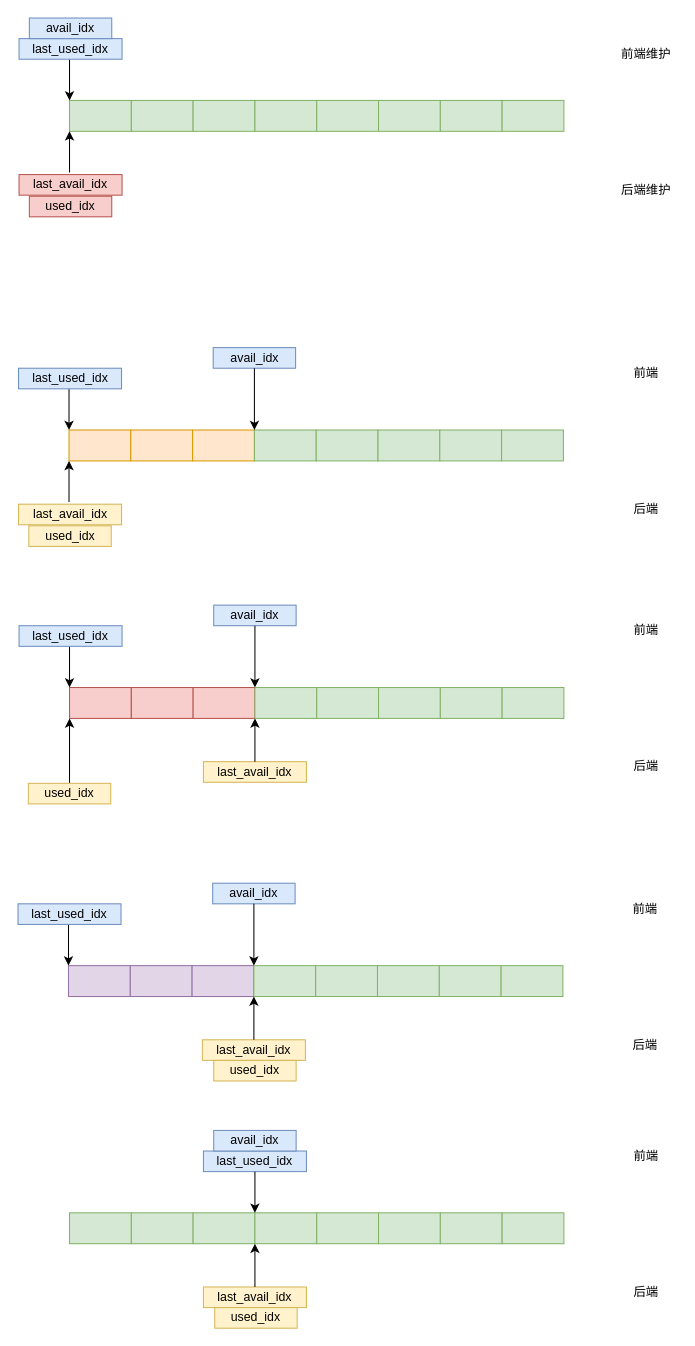
Aspiresky/draw.io keeps this draw.io diagram as virtio.drawio. Above is the earlier version. Source tidied: cells renumbered, new cells numbered last; positions are measured from the earlier drawing's top-left corner, leaving out a move shared by most shapes. Both pictures are drawn from the tidied source at 103%, with x=0, y=0 at pixel (18, 18).
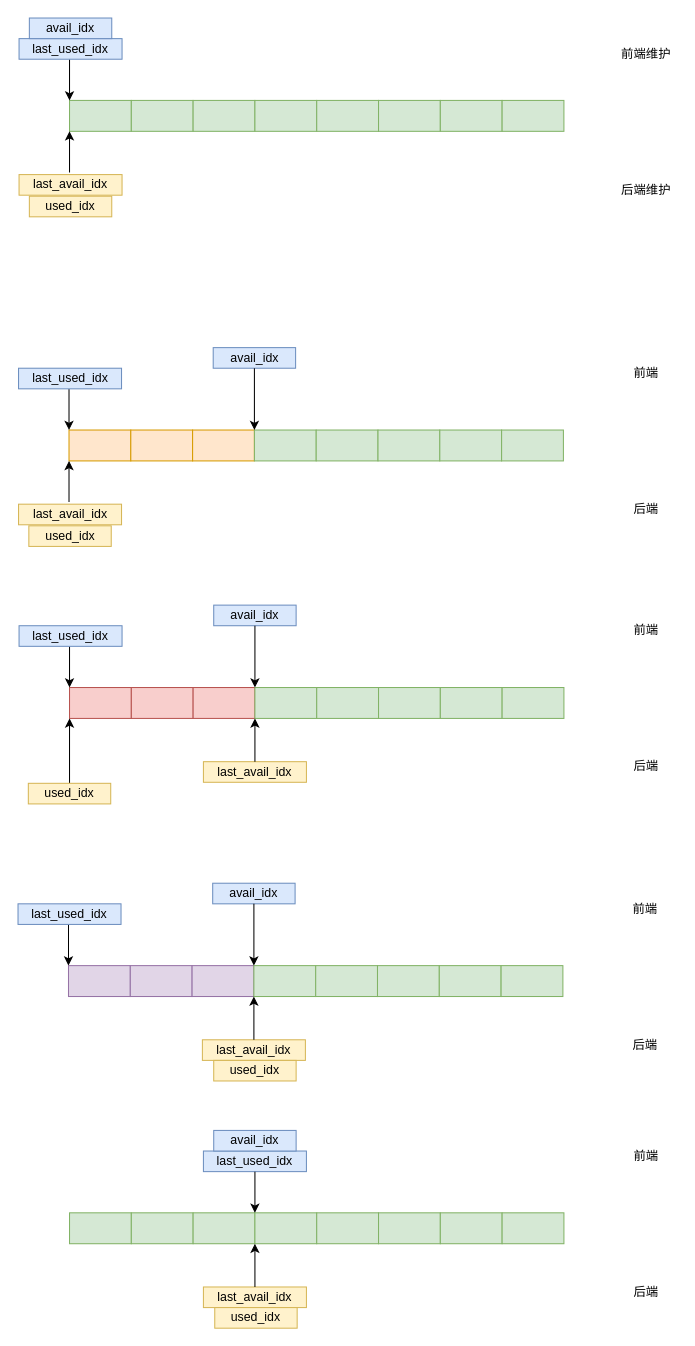
Above is the later version.

What changed in the source:
```diff
@@
-    <mxCell id="14" value="last_avail_idx" style="text;html=1;strokeColor=#b85450;fillColor=#f8cecc;align=center;verticalAlign=middle;whiteSpace=wrap;rounded=0;" parent="1" vertex="1">
+    <mxCell id="14" value="last_avail_idx" style="text;html=1;strokeColor=#d6b656;fillColor=#fff2cc;align=center;verticalAlign=middle;whiteSpace=wrap;rounded=0;" parent="1" vertex="1">
       <mxGeometry x="1" y="152" width="100" height="20" as="geometry" />
     </mxCell>
-    <mxCell id="15" value="used_idx" style="text;html=1;strokeColor=#b85450;fillColor=#f8cecc;align=center;verticalAlign=middle;whiteSpace=wrap;rounded=0;" parent="1" vertex="1">
+    <mxCell id="15" value="used_idx" style="text;html=1;strokeColor=#d6b656;fillColor=#fff2cc;align=center;verticalAlign=middle;whiteSpace=wrap;rounded=0;" parent="1" vertex="1">
       <mxGeometry x="11" y="173" width="80" height="20" as="geometry" />
     </mxCell>
```
